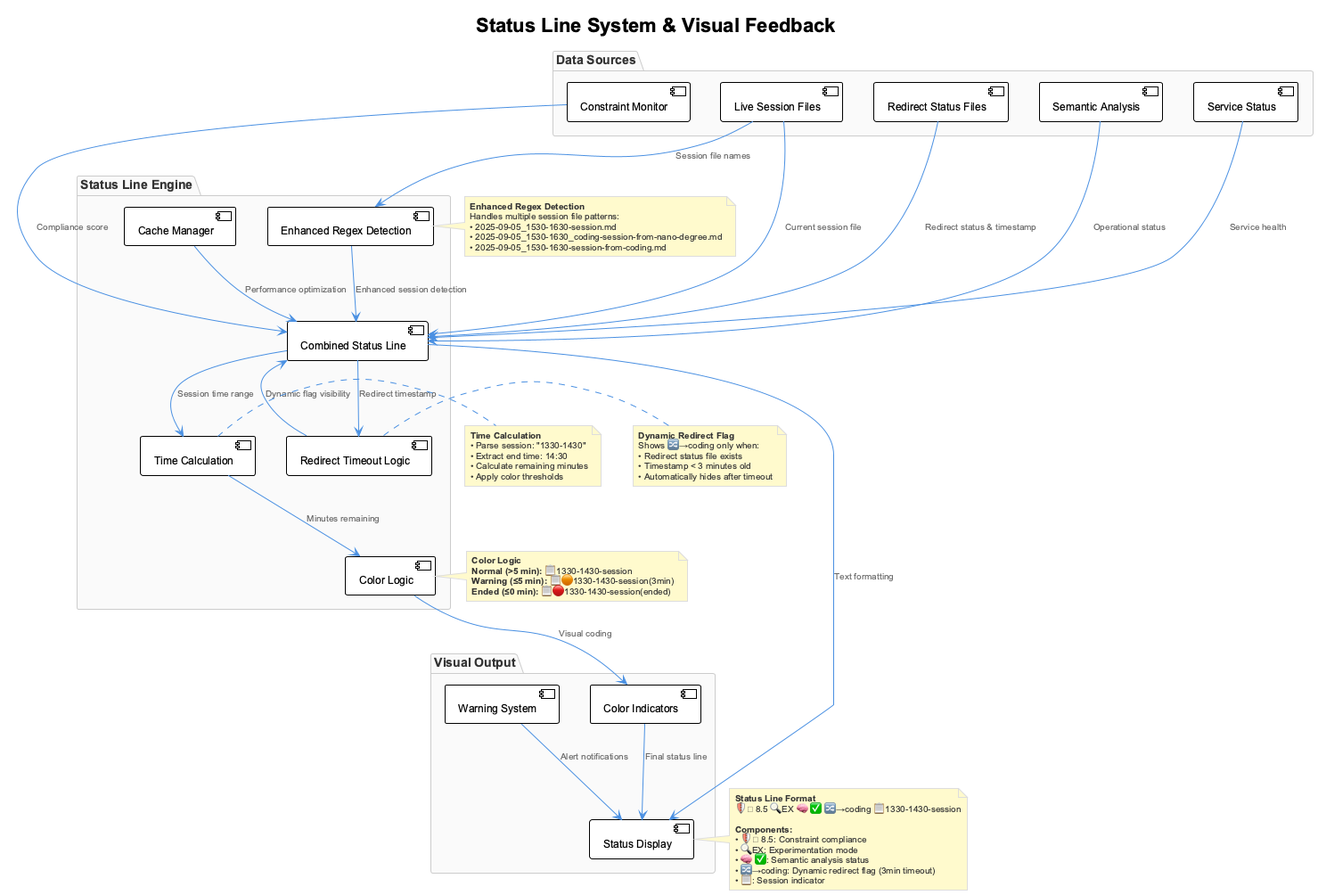
Earlier version of the PlantUML export docs/images/status-line-system.png (davidraehles/agentic-coding-framework). Its diagram source:
```plantuml
@startuml
!include _standard-style.puml

title Status Line System & Visual Feedback

package "Data Sources" {
  [Constraint Monitor] as constraint
  [Semantic Analysis] as semantic
  [Live Session Files] as sessions
  [Service Status] as services
  [Redirect Status Files] as redirect
}

package "Status Line Engine" {
  [Combined Status Line] as combined
  [Time Calculation] as timing
  [Color Logic] as colors
  [Cache Manager] as cache
  [Redirect Timeout Logic] as redirect_timeout
  [Enhanced Regex Detection] as regex
}

package "Visual Output" {
  [Status Display] as display
  [Color Indicators] as indicators
  [Warning System] as warnings
}

constraint --> combined : Compliance score
semantic --> combined : Operational status
sessions --> combined : Current session file
services --> combined : Service health
redirect --> combined : Redirect status & timestamp
sessions --> regex : Session file names
regex --> combined : Enhanced session detection
combined --> timing : Session time range
combined --> redirect_timeout : Redirect timestamp
redirect_timeout --> combined : Dynamic flag visibility
timing --> colors : Minutes remaining
colors --> indicators : Visual coding
cache --> combined : Performance optimization

indicators --> display : Final status line
warnings --> display : Alert notifications
combined --> display : Text formatting

note right of display : **Status Line Format**\n🛡️ 8.5 🔍EX 🧠 ✅ 🔀→coding 📋1330-1430-session\n\n**Components:**\n• 🛡️ 8.5: Constraint compliance\n• 🔍EX: Experimentation mode\n• 🧠 ✅: Semantic analysis status\n• 🔀→coding: Dynamic redirect flag (3min timeout)\n• 📋: Session indicator

note right of timing : **Time Calculation**\n• Parse session: "1330-1430"\n• Extract end time: 14:30\n• Calculate remaining minutes\n• Apply color thresholds

note right of colors : **Color Logic**\n**Normal (>5 min):** 📋1330-1430-session\n**Warning (≤5 min):** 📋🟠1330-1430-session(3min)\n**Ended (≤0 min):** 📋🔴1330-1430-session(ended)

note right of regex : **Enhanced Regex Detection**\nHandles multiple session file patterns:\n• 2025-09-05_1530-1630-session.md\n• 2025-09-05_1530-1630_coding-session-from-nano-degree.md\n• 2025-09-05_1530-1630-session-from-coding.md

note right of redirect_timeout : **Dynamic Redirect Flag**\nShows 🔀→coding only when:\n• Redirect status file exists\n• Timestamp < 3 minutes old\n• Automatically hides after timeout

@enduml
```
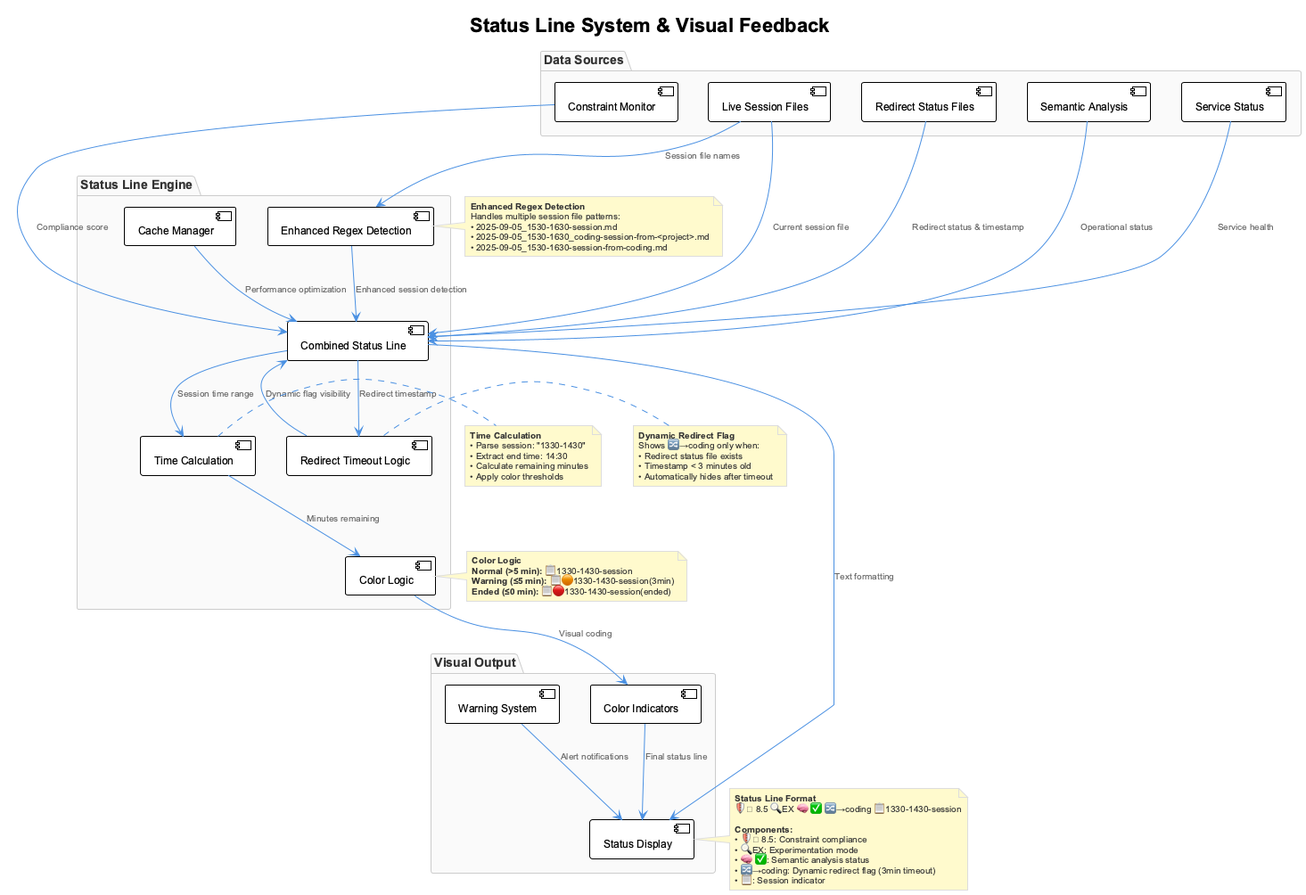
Later version of the same file.

Commit message:
docs: updated status line handling

Change to the diagram source:
```diff
@@ -50,7 +50,7 @@
 
 note right of colors : **Color Logic**\n**Normal (>5 min):** 📋1330-1430-session\n**Warning (≤5 min):** 📋🟠1330-1430-session(3min)\n**Ended (≤0 min):** 📋🔴1330-1430-session(ended)
 
-note right of regex : **Enhanced Regex Detection**\nHandles multiple session file patterns:\n• 2025-09-05_1530-1630-session.md\n• 2025-09-05_1530-1630_coding-session-from-nano-degree.md\n• 2025-09-05_1530-1630-session-from-coding.md
+note right of regex : **Enhanced Regex Detection**\nHandles multiple session file patterns:\n• 2025-09-05_1530-1630-session.md\n• 2025-09-05_1530-1630_coding-session-from-<project>.md\n• 2025-09-05_1530-1630-session-from-coding.md
 
 note right of redirect_timeout : **Dynamic Redirect Flag**\nShows 🔀→coding only when:\n• Redirect status file exists\n• Timestamp < 3 minutes old\n• Automatically hides after timeout
 
```
